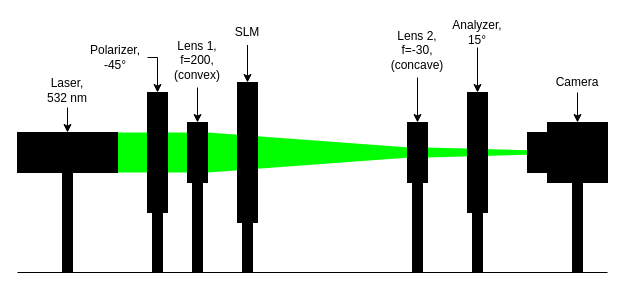
The draw.io diagram docs/source/images/setup_4.drawio in nbaehler/mask-designer, before the edit. Source tidied: cells renumbered, new cells numbered last; positions are measured from the earlier drawing's top-left corner, leaving out a move shared by most shapes. Both pictures are drawn from the tidied source at 100%, with x=0, y=0 at pixel (17, 17).
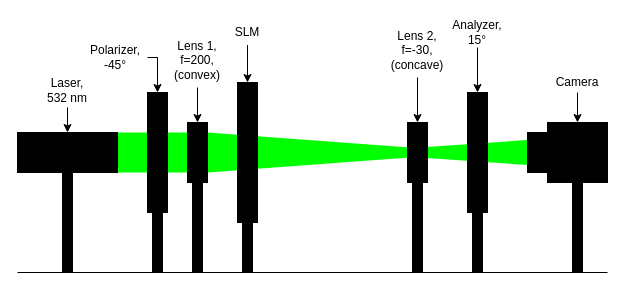
Above is the later version.

Diff of the diagram source:
```diff
@@
-    <mxCell id="5" style="triangle;whiteSpace=wrap;html=1;fillColor=#00FF00;strokeColor=none;" parent="1" vertex="1">
-      <mxGeometry x="410" y="130" width="180" height="10" as="geometry" />
+    <mxCell id="5" style="triangle;whiteSpace=wrap;html=1;fillColor=#00FF00;strokeColor=none;direction=west;" parent="1" vertex="1">
+      <mxGeometry x="330" y="122.5" width="180" height="25" as="geometry" />
     </mxCell>
```
